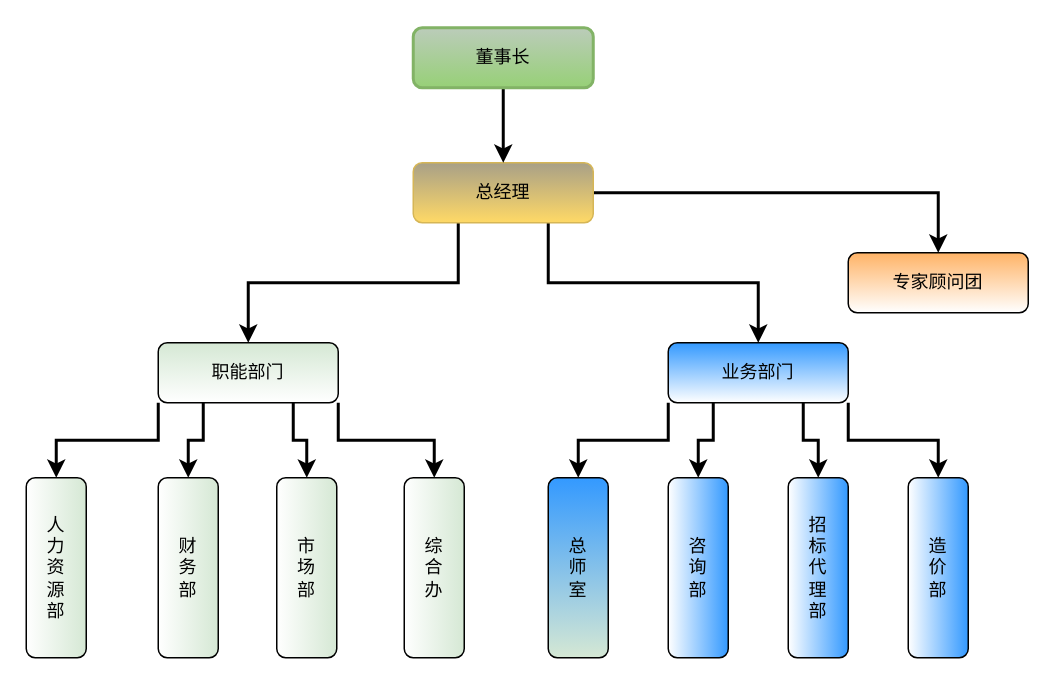
This is 公开招标流程.drawio from 26awen/drawiofiles, a draw.io file, before an edit. Source tidied: cells renumbered, new cells numbered last; positions are measured from the earlier drawing's top-left corner, leaving out a move shared by most shapes. Both pictures are drawn from the tidied source at 150%, with x=0, y=0 at pixel (-34, 27).
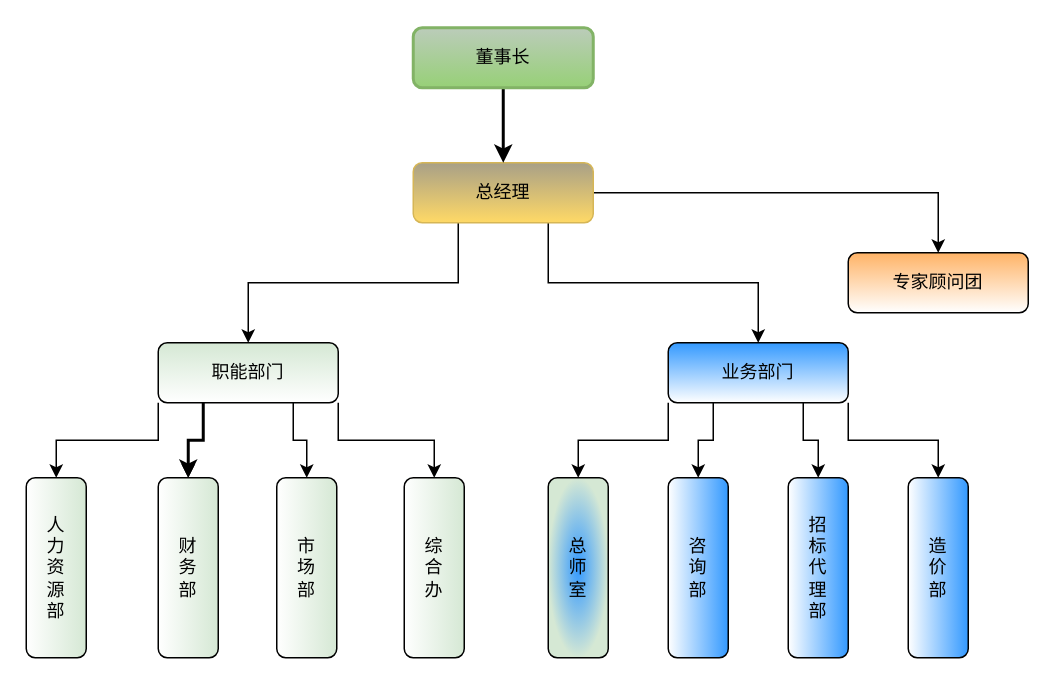
The same page after the edit.

Commit message:
更新公开招标流程.drawio

The change refers to these unchanged cells:
```xml
<mxCell id="5" value="总经理" style="rounded=1;whiteSpace=wrap;html=1;fillColor=#A8A087;fillStyle=auto;gradientColor=#ffd966;strokeColor=#d6b656;" parent="1" vertex="1">
  <mxGeometry x="298" y="90" width="120" height="40" as="geometry" />
</mxCell>
<mxCell id="10" value="职能部门" style="rounded=1;whiteSpace=wrap;html=1;fillColor=#D5E8D4;gradientColor=#FFFFFF;" parent="1" vertex="1">
  <mxGeometry x="128" y="210" width="120" height="40" as="geometry" />
</mxCell>
<mxCell id="11" value="人&lt;br&gt;力&lt;br&gt;资&lt;br&gt;源&lt;br&gt;部" style="rounded=1;whiteSpace=wrap;html=1;fillColor=#D5E8D4;rotation=90;verticalAlign=middle;align=center;horizontal=0;gradientColor=#FFFFFF;" parent="1" vertex="1">
  <mxGeometry y="340" width="120" height="40" as="geometry" />
</mxCell>
<mxCell id="16" value="业务部门" style="rounded=1;whiteSpace=wrap;html=1;fillColor=#3399FF;gradientColor=#FFFFFF;" parent="1" vertex="1">
  <mxGeometry x="468" y="210" width="120" height="40" as="geometry" />
</mxCell>
<mxCell id="17" value="财&lt;br&gt;务&lt;br&gt;部" style="rounded=1;whiteSpace=wrap;html=1;fillColor=#D5E8D4;rotation=90;horizontal=0;gradientColor=#FFFFFF;" parent="1" vertex="1">
  <mxGeometry x="88" y="340" width="120" height="40" as="geometry" />
</mxCell>
<mxCell id="18" value="综&lt;br&gt;合&lt;br&gt;办" style="rounded=1;whiteSpace=wrap;html=1;fillColor=#D5E8D4;rotation=90;horizontal=0;gradientColor=#FFFFFF;" parent="1" vertex="1">
  <mxGeometry x="252" y="340" width="120" height="40" as="geometry" />
</mxCell>
<mxCell id="19" value="市&lt;br&gt;场&lt;br&gt;部" style="rounded=1;whiteSpace=wrap;html=1;fillColor=#D5E8D4;rotation=90;horizontal=0;gradientColor=#FFFFFF;" parent="1" vertex="1">
  <mxGeometry x="167" y="340" width="120" height="40" as="geometry" />
</mxCell>
<mxCell id="21" value="专家顾问团" style="rounded=1;whiteSpace=wrap;html=1;fillColor=#FFB366;gradientColor=#FFFFFF;" parent="1" vertex="1">
  <mxGeometry x="588" y="150" width="120" height="40" as="geometry" />
</mxCell>
<mxCell id="22" value="咨&lt;br&gt;询&lt;br&gt;部" style="rounded=1;whiteSpace=wrap;html=1;fillColor=#3399FF;rotation=90;horizontal=0;gradientColor=#FFFFFF;" parent="1" vertex="1">
  <mxGeometry x="428" y="340" width="120" height="40" as="geometry" />
</mxCell>
<mxCell id="23" value="招&lt;br&gt;标&lt;br&gt;代&lt;br&gt;理&lt;br&gt;部" style="rounded=1;whiteSpace=wrap;html=1;fillColor=#3399FF;rotation=90;horizontal=0;gradientColor=#FFFFFF;" parent="1" vertex="1">
  <mxGeometry x="508" y="340" width="120" height="40" as="geometry" />
</mxCell>
<mxCell id="24" value="造&lt;br&gt;价&lt;br&gt;部" style="rounded=1;whiteSpace=wrap;html=1;fillColor=#3399FF;rotation=90;horizontal=0;gradientColor=#FFFFFF;" parent="1" vertex="1">
  <mxGeometry x="588" y="340" width="120" height="40" as="geometry" />
</mxCell>
```

The edit, as a diff of the source:
```diff
@@
-    <mxCell id="2" style="edgeStyle=orthogonalEdgeStyle;rounded=0;jettySize=auto;html=1;exitX=0.25;exitY=1;exitDx=0;exitDy=0;strokeWidth=2;" parent="1" edge="1" source="5" target="10">
+    <mxCell id="2" style="rounded=0;jettySize=auto;html=1;exitX=0.25;exitY=1;exitDx=0;exitDy=0;edgeStyle=orthogonalEdgeStyle;" parent="1" edge="1" source="5" target="10">
       <mxGeometry relative="1" as="geometry" />
     </mxCell>
-    <mxCell id="3" style="edgeStyle=orthogonalEdgeStyle;rounded=0;jettySize=auto;html=1;exitX=1;exitY=0.5;exitDx=0;exitDy=0;strokeWidth=2;" parent="1" edge="1" source="5" target="21">
+    <mxCell id="3" style="rounded=0;jettySize=auto;html=1;exitX=1;exitY=0.5;exitDx=0;exitDy=0;edgeStyle=orthogonalEdgeStyle;" parent="1" edge="1" source="5" target="21">
       <mxGeometry relative="1" as="geometry" />
     </mxCell>
-    <mxCell id="4" style="edgeStyle=orthogonalEdgeStyle;rounded=0;jettySize=auto;html=1;exitX=0.75;exitY=1;exitDx=0;exitDy=0;entryX=0.5;entryY=0;entryDx=0;entryDy=0;strokeWidth=2;" parent="1" edge="1" source="5" target="16">
+    <mxCell id="4" style="rounded=0;jettySize=auto;html=1;exitX=0.75;exitY=1;exitDx=0;exitDy=0;entryX=0.5;entryY=0;entryDx=0;entryDy=0;edgeStyle=orthogonalEdgeStyle;" parent="1" edge="1" source="5" target="16">
       <mxGeometry relative="1" as="geometry" />
     </mxCell>
@@
-    <mxCell id="6" style="edgeStyle=orthogonalEdgeStyle;rounded=0;jettySize=auto;html=1;exitX=0;exitY=1;exitDx=0;exitDy=0;strokeWidth=2;" parent="1" edge="1" source="10" target="11">
-      <mxGeometry relative="1" as="geometry" />
-    </mxCell>
-    <mxCell id="7" style="edgeStyle=orthogonalEdgeStyle;rounded=0;jettySize=auto;html=1;exitX=1;exitY=1;exitDx=0;exitDy=0;strokeWidth=2;" parent="1" edge="1" source="10" target="18">
+    <mxCell id="7" style="rounded=0;jettySize=auto;html=1;exitX=1;exitY=1;exitDx=0;exitDy=0;edgeStyle=orthogonalEdgeStyle;" parent="1" edge="1" source="10" target="18">
       <mxGeometry relative="1" as="geometry" />
     </mxCell>
-    <mxCell id="8" style="edgeStyle=orthogonalEdgeStyle;rounded=0;jettySize=auto;html=1;exitX=0.75;exitY=1;exitDx=0;exitDy=0;entryX=0;entryY=0.5;entryDx=0;entryDy=0;strokeWidth=2;" parent="1" edge="1" source="10" target="19">
+    <mxCell id="8" style="rounded=0;jettySize=auto;html=1;exitX=0.75;exitY=1;exitDx=0;exitDy=0;entryX=0;entryY=0.5;entryDx=0;entryDy=0;edgeStyle=orthogonalEdgeStyle;" parent="1" edge="1" source="10" target="19">
       <mxGeometry relative="1" as="geometry" />
     </mxCell>
+    <mxCell id="6" style="edgeStyle=orthogonalEdgeStyle;rounded=0;jettySize=auto;html=1;exitX=0;exitY=1;exitDx=0;exitDy=0;" parent="1" edge="1" source="10" target="11">
+      <mxGeometry relative="1" as="geometry" />
+    </mxCell>
@@
+    <mxCell id="27" style="edgeStyle=orthogonalEdgeStyle;rounded=0;jettySize=auto;html=1;exitX=0.25;exitY=1;exitDx=0;exitDy=0;entryX=0;entryY=0.5;entryDx=0;entryDy=0;" parent="1" edge="1" source="10" target="17">
+      <mxGeometry relative="1" as="geometry" />
+    </mxCell>
@@
-    <mxCell id="12" style="edgeStyle=orthogonalEdgeStyle;rounded=0;jettySize=auto;html=1;exitX=0;exitY=1;exitDx=0;exitDy=0;entryX=0;entryY=0.5;entryDx=0;entryDy=0;strokeWidth=2;" parent="1" edge="1" source="16" target="20">
+    <mxCell id="12" style="rounded=0;jettySize=auto;html=1;exitX=0;exitY=1;exitDx=0;exitDy=0;entryX=0;entryY=0.5;entryDx=0;entryDy=0;edgeStyle=orthogonalEdgeStyle;" parent="1" edge="1" source="16" target="20">
       <mxGeometry relative="1" as="geometry" />
     </mxCell>
-    <mxCell id="13" style="edgeStyle=orthogonalEdgeStyle;rounded=0;jettySize=auto;html=1;exitX=0.25;exitY=1;exitDx=0;exitDy=0;entryX=0;entryY=0.5;entryDx=0;entryDy=0;strokeWidth=2;" parent="1" edge="1" source="16" target="22">
+    <mxCell id="13" style="rounded=0;jettySize=auto;html=1;exitX=0.25;exitY=1;exitDx=0;exitDy=0;entryX=0;entryY=0.5;entryDx=0;entryDy=0;edgeStyle=orthogonalEdgeStyle;" parent="1" edge="1" source="16" target="22">
       <mxGeometry relative="1" as="geometry" />
     </mxCell>
-    <mxCell id="14" style="edgeStyle=orthogonalEdgeStyle;rounded=0;jettySize=auto;html=1;exitX=0.75;exitY=1;exitDx=0;exitDy=0;entryX=0;entryY=0.5;entryDx=0;entryDy=0;strokeWidth=2;" parent="1" edge="1" source="16" target="23">
+    <mxCell id="14" style="rounded=0;jettySize=auto;html=1;exitX=0.75;exitY=1;exitDx=0;exitDy=0;entryX=0;entryY=0.5;entryDx=0;entryDy=0;edgeStyle=orthogonalEdgeStyle;" parent="1" edge="1" source="16" target="23">
       <mxGeometry relative="1" as="geometry" />
     </mxCell>
-    <mxCell id="15" style="edgeStyle=orthogonalEdgeStyle;rounded=0;jettySize=auto;html=1;exitX=1;exitY=1;exitDx=0;exitDy=0;entryX=0;entryY=0.5;entryDx=0;entryDy=0;strokeWidth=2;" parent="1" edge="1" source="16" target="24">
+    <mxCell id="15" style="rounded=0;jettySize=auto;html=1;exitX=1;exitY=1;exitDx=0;exitDy=0;entryX=0;entryY=0.5;entryDx=0;entryDy=0;edgeStyle=orthogonalEdgeStyle;" parent="1" edge="1" source="16" target="24">
       <mxGeometry relative="1" as="geometry" />
     </mxCell>
@@
-    <mxCell id="20" value="总&lt;br&gt;师&lt;br&gt;室" style="rounded=1;whiteSpace=wrap;html=1;fillColor=#3399FF;rotation=90;horizontal=0;gradientColor=#D5E8D4;gradientDirection=east;" parent="1" vertex="1">
+    <mxCell id="20" value="总&lt;br&gt;师&lt;br&gt;室" style="rounded=1;whiteSpace=wrap;html=1;fillColor=#3399FF;rotation=90;horizontal=0;gradientColor=#D5E8D4;gradientDirection=radial;" parent="1" vertex="1">
       <mxGeometry x="348" y="340" width="120" height="40" as="geometry" />
     </mxCell>
```
